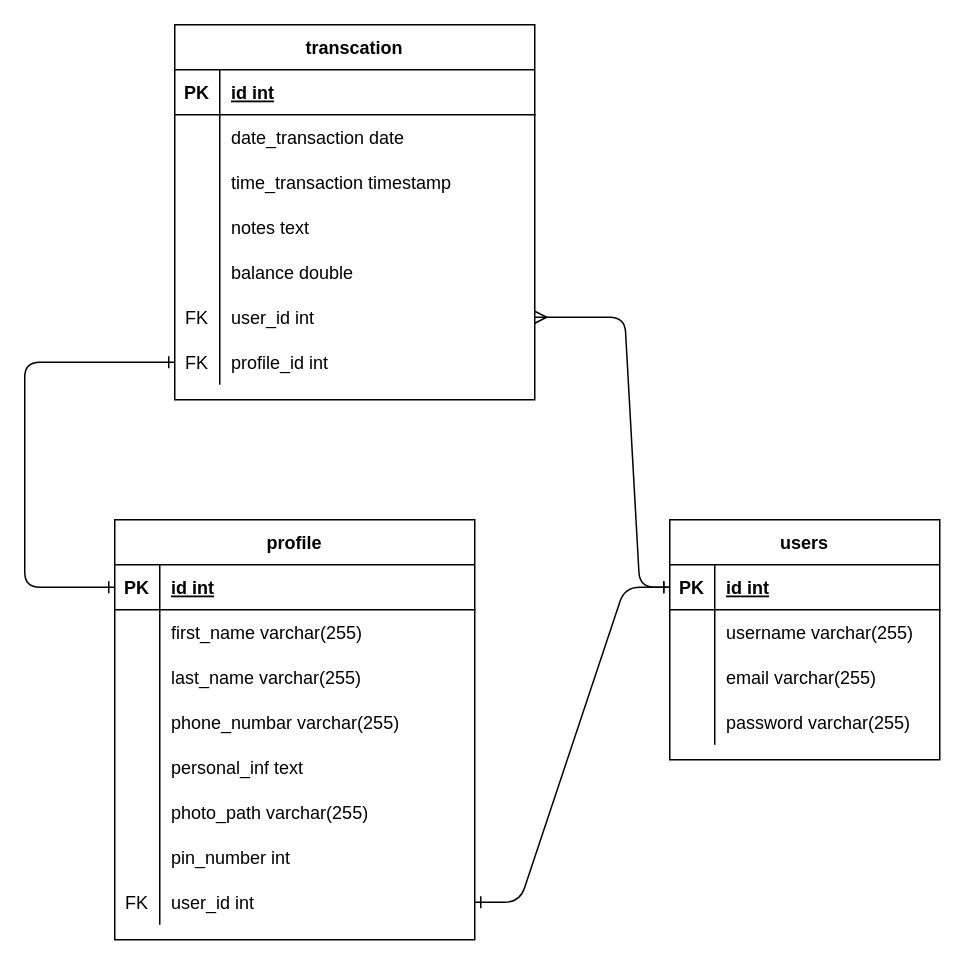
The draw.io diagram erd.drawio in afrizalsofyan/fw9-backend, before the edit. Source tidied: cells renumbered, new cells numbered last; positions are measured from the earlier drawing's top-left corner, leaving out a move shared by most shapes. Both pictures are drawn from the tidied source at 150%, with x=0, y=0 at pixel (24, 24).
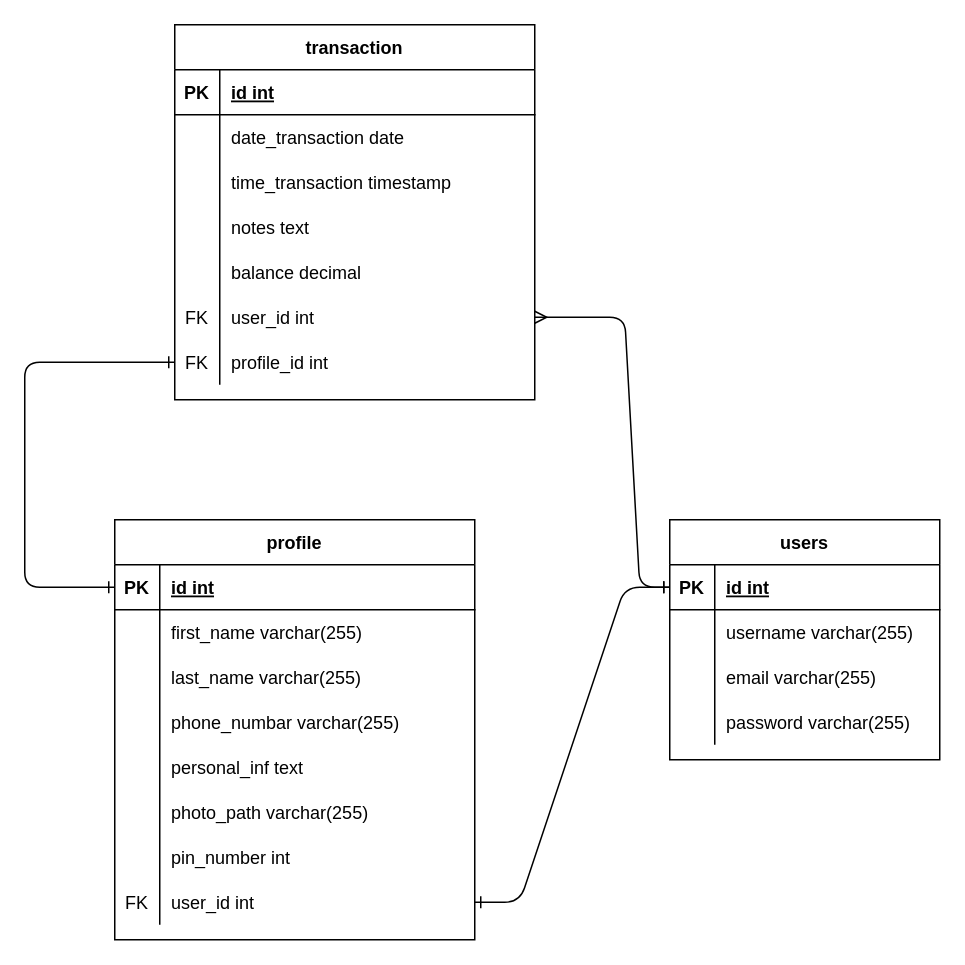
Above is the later version.

Unchanged cells that the change refers to:
```xml
<mxCell id="55" style="shape=partialRectangle;fillColor=none;top=0;left=0;bottom=0;right=0;" parent="42" vertex="1">
  <mxGeometry y="150" width="240" height="30" as="geometry" />
</mxCell>
```

Change to the diagram source:
```diff
@@
-    <mxCell id="42" value="transcation" style="shape=table;startSize=30;childLayout=tableLayout;rowLines=0;fontStyle=1;align=center;" parent="1" vertex="1">
+    <mxCell id="42" value="transaction" style="shape=table;startSize=30;childLayout=tableLayout;rowLines=0;fontStyle=1;align=center;" parent="1" vertex="1">
       <mxGeometry x="100" width="240" height="250" as="geometry" />
     </mxCell>
@@
-    <mxCell id="57" value="balance double" style="shape=partialRectangle;fillColor=none;top=0;left=0;bottom=0;right=0;align=left;spacingLeft=6;overflow=hidden;" parent="55" vertex="1">
+    <mxCell id="57" value="balance decimal" style="shape=partialRectangle;fillColor=none;top=0;left=0;bottom=0;right=0;align=left;spacingLeft=6;overflow=hidden;" parent="55" vertex="1">
       <mxGeometry x="30" width="210" height="30" as="geometry" />
     </mxCell>
```
